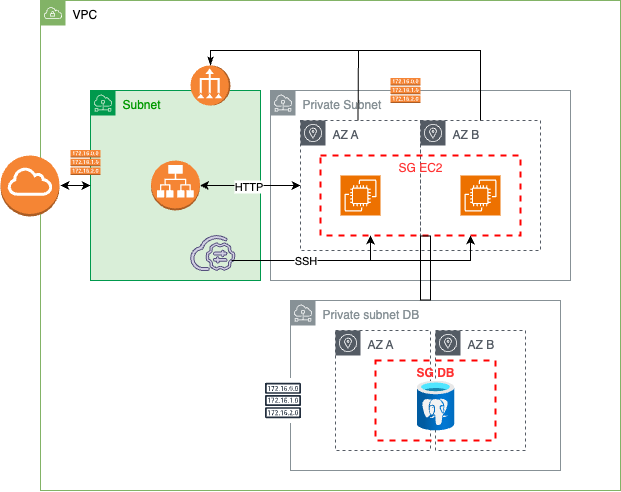
Earlier version of the draw.io export diagram/testask_architecture.png (pedr0rosa/Test-task). Source tidied: cells renumbered, new cells last; positions are measured from the earlier drawing's top-left corner, leaving out a move shared by most shapes. Source of this version:
```xml
<mxGraphModel>
  <root>
    <mxCell id="0" />
    <mxCell id="1" parent="0" />
    <mxCell id="2" value="VPC" style="sketch=0;html=1;whiteSpace=wrap;fontSize=12;fontStyle=0;shape=mxgraph.aws4.group;grIcon=mxgraph.aws4.group_vpc;strokeColor=#82b366;fillColor=light-dark(#FFFFFF,#112310);verticalAlign=top;align=left;spacingLeft=30;dashed=0;" parent="1" vertex="1">
      <mxGeometry x="40" width="580" height="490" as="geometry" />
    </mxCell>
    <mxCell id="3" value="&lt;font style=&quot;color: light-dark(rgb(0, 153, 0), rgb(237, 237, 237));&quot;&gt;Subnet&lt;/font&gt;" style="sketch=0;outlineConnect=0;html=1;whiteSpace=wrap;fontSize=12;fontStyle=0;shape=mxgraph.aws4.group;grIcon=mxgraph.aws4.group_subnet;verticalAlign=top;align=left;spacingLeft=30;dashed=0;fillColor=light-dark(#d9eed8, #234322);gradientColor=none;strokeColor=#00994D;" parent="1" vertex="1">
      <mxGeometry x="90" y="90" width="170" height="190" as="geometry" />
    </mxCell>
    <mxCell id="4" value="Private Subnet" style="sketch=0;gradientColor=none;html=1;whiteSpace=wrap;fontSize=12;fontStyle=0;shape=mxgraph.aws4.group;grIcon=mxgraph.aws4.group_subnet;strokeColor=#879196;fillColor=none;verticalAlign=top;align=left;spacingLeft=30;fontColor=#879196;dashed=0;" parent="1" vertex="1">
      <mxGeometry x="270" y="90" width="300" height="190" as="geometry" />
    </mxCell>
    <mxCell id="5" value="AZ A" style="sketch=0;outlineConnect=0;gradientColor=none;html=1;whiteSpace=wrap;fontSize=12;fontStyle=0;shape=mxgraph.aws4.group;grIcon=mxgraph.aws4.group_availability_zone;strokeColor=#545B64;fillColor=none;verticalAlign=top;align=left;spacingLeft=30;fontColor=#545B64;dashed=1;" parent="1" vertex="1">
      <mxGeometry x="300" y="120" width="120" height="130" as="geometry" />
    </mxCell>
    <mxCell id="6" value="AZ B" style="sketch=0;outlineConnect=0;gradientColor=none;html=1;whiteSpace=wrap;fontSize=12;fontStyle=0;shape=mxgraph.aws4.group;grIcon=mxgraph.aws4.group_availability_zone;strokeColor=#545B64;fillColor=none;verticalAlign=top;align=left;spacingLeft=30;fontColor=#545B64;dashed=1;" parent="1" vertex="1">
      <mxGeometry x="420" y="120" width="120" height="130" as="geometry" />
    </mxCell>
    <mxCell id="7" style="dashed=0;verticalLabelPosition=bottom;verticalAlign=top;align=center;html=1;shape=mxgraph.aws3.internet_gateway;fillColor=#F58534;gradientColor=none;" parent="1" vertex="1">
      <mxGeometry y="155" width="59" height="61" as="geometry" />
    </mxCell>
    <mxCell id="8" style="sketch=0;fontColor=#232F3E;fillColor=#ED7100;strokeColor=#ffffff;dashed=0;verticalLabelPosition=bottom;verticalAlign=top;align=center;html=1;fontSize=12;fontStyle=0;shape=mxgraph.aws4.resourceIcon;resIcon=mxgraph.aws4.ec2;" parent="1" vertex="1">
      <mxGeometry x="340" y="175" width="40" height="40" as="geometry" />
    </mxCell>
    <mxCell id="9" style="dashed=0;verticalLabelPosition=bottom;verticalAlign=top;align=center;html=1;shape=mxgraph.aws3.route_table;fillColor=#F58536;gradientColor=none;direction=south;rotation=-90;" parent="1" vertex="1">
      <mxGeometry x="392.5" y="75" width="25" height="30" as="geometry" />
    </mxCell>
    <mxCell id="10" style="points=[];html=1;align=center;shadow=0;dashed=0;fillColor=#d0cee2;strokeColor=#56517e;shape=mxgraph.alibaba_cloud.bastionhost;" parent="1" vertex="1">
      <mxGeometry x="190" y="235" width="44.2" height="35" as="geometry" />
    </mxCell>
    <mxCell id="11" style="rounded=0;jettySize=auto;html=1;startArrow=classic;startFill=1;" parent="1" edge="1" source="13" target="5">
      <mxGeometry relative="1" as="geometry" />
    </mxCell>
    <mxCell id="12" value="HTTP" style="edgeLabel;html=1;align=center;verticalAlign=middle;" parent="11" vertex="1">
      <mxGeometry x="-0.32" y="1" relative="1" as="geometry">
        <mxPoint x="14" y="1" as="offset" />
      </mxGeometry>
    </mxCell>
    <mxCell id="13" style="outlineConnect=0;dashed=0;verticalLabelPosition=bottom;verticalAlign=top;align=center;html=1;shape=mxgraph.aws3.application_load_balancer;fillColor=#F58534;gradientColor=none;" parent="1" vertex="1">
      <mxGeometry x="150.5" y="160" width="49" height="50" as="geometry" />
    </mxCell>
    <mxCell id="14" style="sketch=0;fontColor=#232F3E;fillColor=#ED7100;strokeColor=#ffffff;dashed=0;verticalLabelPosition=bottom;verticalAlign=top;align=center;html=1;fontSize=12;fontStyle=0;shape=mxgraph.aws4.resourceIcon;resIcon=mxgraph.aws4.ec2;" parent="1" vertex="1">
      <mxGeometry x="460" y="175" width="40" height="40" as="geometry" />
    </mxCell>
    <mxCell id="15" value="&lt;font style=&quot;color: rgb(255, 51, 51);&quot;&gt;SG EC2&lt;/font&gt;" style="fontStyle=0;verticalAlign=top;align=center;spacingTop=-2;fillColor=none;rounded=0;whiteSpace=wrap;html=1;strokeColor=#FF0000;strokeWidth=2;dashed=1;" parent="1" vertex="1">
      <mxGeometry x="320" y="155" width="200" height="80" as="geometry" />
    </mxCell>
    <mxCell id="16" style="outlineConnect=0;dashed=0;verticalLabelPosition=bottom;verticalAlign=top;align=center;html=1;shape=mxgraph.aws3.vpc_nat_gateway;fillColor=#F58534;gradientColor=none;rotation=-90;" parent="1" vertex="1">
      <mxGeometry x="190" y="65" width="40" height="40" as="geometry" />
    </mxCell>
    <mxCell id="17" style="dashed=0;verticalLabelPosition=bottom;verticalAlign=top;align=center;html=1;shape=mxgraph.aws3.route_table;fillColor=#F58536;gradientColor=none;" parent="1" vertex="1">
      <mxGeometry x="70" y="149.5" width="30" height="25" as="geometry" />
    </mxCell>
    <mxCell id="18" value="Private subnet DB" style="sketch=0;outlineConnect=0;gradientColor=none;html=1;whiteSpace=wrap;fontSize=12;fontStyle=0;shape=mxgraph.aws4.group;grIcon=mxgraph.aws4.group_subnet;strokeColor=#879196;fillColor=none;verticalAlign=top;align=left;spacingLeft=30;fontColor=#879196;dashed=0;" parent="1" vertex="1">
      <mxGeometry x="290" y="300" width="270" height="170" as="geometry" />
    </mxCell>
    <mxCell id="19" value="AZ A" style="sketch=0;gradientColor=none;html=1;whiteSpace=wrap;fontSize=12;fontStyle=0;shape=mxgraph.aws4.group;grIcon=mxgraph.aws4.group_availability_zone;strokeColor=#545B64;fillColor=none;verticalAlign=top;align=left;spacingLeft=30;fontColor=#545B64;dashed=1;" parent="1" vertex="1">
      <mxGeometry x="335" y="330" width="95" height="120" as="geometry" />
    </mxCell>
    <mxCell id="20" value="AZ B" style="sketch=0;gradientColor=none;html=1;whiteSpace=wrap;fontSize=12;fontStyle=0;shape=mxgraph.aws4.group;grIcon=mxgraph.aws4.group_availability_zone;strokeColor=#545B64;fillColor=none;verticalAlign=top;align=left;spacingLeft=30;fontColor=#545B64;dashed=1;" parent="1" vertex="1">
      <mxGeometry x="435" y="330" width="90" height="120" as="geometry" />
    </mxCell>
    <mxCell id="21" style="sketch=0;fontColor=#232F3E;gradientColor=none;strokeColor=#232F3E;fillColor=#ffffff;dashed=0;verticalLabelPosition=bottom;verticalAlign=top;align=center;html=1;fontSize=12;fontStyle=0;shape=mxgraph.aws4.resourceIcon;resIcon=mxgraph.aws4.route_table;" parent="1" vertex="1">
      <mxGeometry x="260" y="377.5" width="45" height="45" as="geometry" />
    </mxCell>
    <mxCell id="22" value="&lt;font style=&quot;color: rgb(255, 51, 51);&quot;&gt;&lt;b&gt;SG DB&lt;/b&gt;&lt;/font&gt;" style="fontStyle=0;verticalAlign=top;align=center;spacingTop=-2;fillColor=none;rounded=0;whiteSpace=wrap;html=1;strokeColor=#FF0000;strokeWidth=2;dashed=1;" parent="1" vertex="1">
      <mxGeometry x="375" y="360" width="120" height="80" as="geometry" />
    </mxCell>
    <mxCell id="23" style="image;html=1;align=center;fontSize=12;image=img/lib/azure2/databases/Azure_Database_PostgreSQL_Server.svg;" parent="22" vertex="1">
      <mxGeometry x="41.2" y="20" width="37.5" height="50" as="geometry" />
    </mxCell>
    <mxCell id="24" style="endArrow=classicThin;startArrow=none;html=1;rounded=0;entryX=1;entryY=0.5;entryDx=0;entryDy=0;entryPerimeter=0;endFill=1;startFill=0;" parent="1" edge="1" target="16">
      <mxGeometry relative="1" as="geometry">
        <mxPoint x="357.5" y="120" as="sourcePoint" />
        <Array as="points">
          <mxPoint x="358" y="50" />
          <mxPoint x="210" y="50" />
        </Array>
      </mxGeometry>
    </mxCell>
    <mxCell id="25" style="endArrow=none;html=1;rounded=0;endFill=0;" parent="1" edge="1" source="6">
      <mxGeometry relative="1" as="geometry">
        <mxPoint x="350" y="50" as="targetPoint" />
        <Array as="points">
          <mxPoint x="480" y="50" />
        </Array>
      </mxGeometry>
    </mxCell>
    <mxCell id="26" style="endArrow=classic;html=1;rounded=0;entryX=0.25;entryY=1;entryDx=0;entryDy=0;" parent="1" edge="1" target="15">
      <mxGeometry relative="1" as="geometry">
        <mxPoint x="234.2" y="260" as="sourcePoint" />
        <Array as="points">
          <mxPoint x="370" y="260" />
        </Array>
      </mxGeometry>
    </mxCell>
    <mxCell id="27" style="endArrow=classic;html=1;rounded=0;exitX=0.927;exitY=0.714;exitDx=0;exitDy=0;exitPerimeter=0;entryX=0.75;entryY=1;entryDx=0;entryDy=0;" parent="1" edge="1" source="10" target="15">
      <mxGeometry relative="1" as="geometry">
        <Array as="points">
          <mxPoint x="470" y="260" />
        </Array>
      </mxGeometry>
    </mxCell>
    <mxCell id="28" value="SSH" style="edgeLabel;html=1;align=center;verticalAlign=middle;" parent="27" vertex="1">
      <mxGeometry x="-0.45" y="1" relative="1" as="geometry" />
    </mxCell>
    <mxCell id="29" style="endArrow=classic;startArrow=classic;html=1;rounded=0;" parent="1" edge="1" target="3">
      <mxGeometry relative="1" as="geometry">
        <mxPoint x="60" y="185" as="sourcePoint" />
      </mxGeometry>
    </mxCell>
    <mxCell id="30" style="shape=flexArrow;endArrow=none;html=1;rounded=0;endFill=0;" parent="1" edge="1" source="18">
      <mxGeometry relative="1" as="geometry">
        <mxPoint x="425" y="235" as="targetPoint" />
      </mxGeometry>
    </mxCell>
  </root>
</mxGraphModel>
```
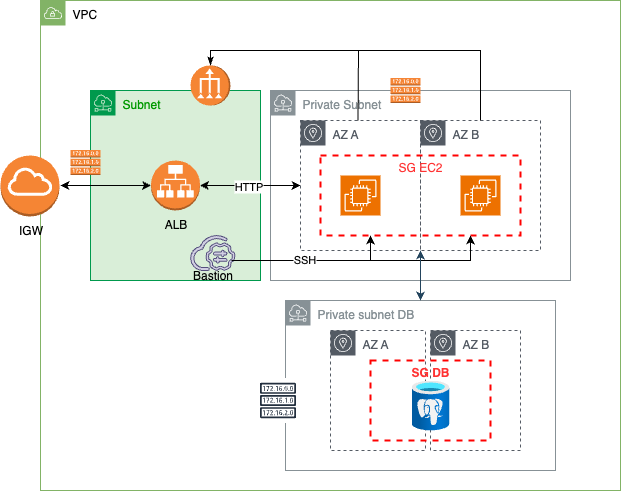
The same diagram one commit later.

Commit message:
upload corrected diagram png

Diff of the diagram source:
```diff
@@ -17,7 +17,7 @@
     <mxCell id="6" value="AZ B" style="sketch=0;outlineConnect=0;gradientColor=none;html=1;whiteSpace=wrap;fontSize=12;fontStyle=0;shape=mxgraph.aws4.group;grIcon=mxgraph.aws4.group_availability_zone;strokeColor=#545B64;fillColor=none;verticalAlign=top;align=left;spacingLeft=30;fontColor=#545B64;dashed=1;" parent="1" vertex="1">
       <mxGeometry x="420" y="120" width="120" height="130" as="geometry" />
     </mxCell>
-    <mxCell id="7" style="dashed=0;verticalLabelPosition=bottom;verticalAlign=top;align=center;html=1;shape=mxgraph.aws3.internet_gateway;fillColor=#F58534;gradientColor=none;" parent="1" vertex="1">
+    <mxCell id="7" value="IGW" style="dashed=0;verticalLabelPosition=bottom;verticalAlign=top;align=center;html=1;shape=mxgraph.aws3.internet_gateway;fillColor=#F58534;gradientColor=none;" parent="1" vertex="1">
       <mxGeometry y="155" width="59" height="61" as="geometry" />
     </mxCell>
     <mxCell id="8" style="sketch=0;fontColor=#232F3E;fillColor=#ED7100;strokeColor=#ffffff;dashed=0;verticalLabelPosition=bottom;verticalAlign=top;align=center;html=1;fontSize=12;fontStyle=0;shape=mxgraph.aws4.resourceIcon;resIcon=mxgraph.aws4.ec2;" parent="1" vertex="1">
@@ -26,7 +26,7 @@
     <mxCell id="9" style="dashed=0;verticalLabelPosition=bottom;verticalAlign=top;align=center;html=1;shape=mxgraph.aws3.route_table;fillColor=#F58536;gradientColor=none;direction=south;rotation=-90;" parent="1" vertex="1">
       <mxGeometry x="392.5" y="75" width="25" height="30" as="geometry" />
     </mxCell>
-    <mxCell id="10" style="points=[];html=1;align=center;shadow=0;dashed=0;fillColor=#d0cee2;strokeColor=#56517e;shape=mxgraph.alibaba_cloud.bastionhost;" parent="1" vertex="1">
+    <mxCell id="10" value="&lt;div&gt;&lt;br&gt;&lt;/div&gt;&lt;div&gt;&lt;br&gt;&lt;/div&gt;&lt;div&gt;&lt;br&gt;&lt;/div&gt;&lt;div&gt;&lt;span style=&quot;background-color: transparent; color: light-dark(rgb(0, 0, 0), rgb(255, 255, 255));&quot;&gt;Bastion&lt;/span&gt;&lt;/div&gt;" style="points=[];html=1;align=center;shadow=0;dashed=0;fillColor=#d0cee2;strokeColor=#56517e;shape=mxgraph.alibaba_cloud.bastionhost;" parent="1" vertex="1">
       <mxGeometry x="190" y="235" width="44.2" height="35" as="geometry" />
     </mxCell>
     <mxCell id="11" style="rounded=0;jettySize=auto;html=1;startArrow=classic;startFill=1;" parent="1" edge="1" source="13" target="5">
@@ -37,7 +37,7 @@
         <mxPoint x="14" y="1" as="offset" />
       </mxGeometry>
     </mxCell>
-    <mxCell id="13" style="outlineConnect=0;dashed=0;verticalLabelPosition=bottom;verticalAlign=top;align=center;html=1;shape=mxgraph.aws3.application_load_balancer;fillColor=#F58534;gradientColor=none;" parent="1" vertex="1">
+    <mxCell id="13" value="ALB&lt;div&gt;&lt;br&gt;&lt;/div&gt;" style="outlineConnect=0;dashed=0;verticalLabelPosition=bottom;verticalAlign=top;align=center;html=1;shape=mxgraph.aws3.application_load_balancer;fillColor=#F58534;gradientColor=none;" parent="1" vertex="1">
       <mxGeometry x="150.5" y="160" width="49" height="50" as="geometry" />
     </mxCell>
     <mxCell id="14" style="sketch=0;fontColor=#232F3E;fillColor=#ED7100;strokeColor=#ffffff;dashed=0;verticalLabelPosition=bottom;verticalAlign=top;align=center;html=1;fontSize=12;fontStyle=0;shape=mxgraph.aws4.resourceIcon;resIcon=mxgraph.aws4.ec2;" parent="1" vertex="1">
@@ -53,19 +53,19 @@
       <mxGeometry x="70" y="149.5" width="30" height="25" as="geometry" />
     </mxCell>
     <mxCell id="18" value="Private subnet DB" style="sketch=0;outlineConnect=0;gradientColor=none;html=1;whiteSpace=wrap;fontSize=12;fontStyle=0;shape=mxgraph.aws4.group;grIcon=mxgraph.aws4.group_subnet;strokeColor=#879196;fillColor=none;verticalAlign=top;align=left;spacingLeft=30;fontColor=#879196;dashed=0;" parent="1" vertex="1">
-      <mxGeometry x="290" y="300" width="270" height="170" as="geometry" />
+      <mxGeometry x="285" y="300" width="270" height="170" as="geometry" />
     </mxCell>
     <mxCell id="19" value="AZ A" style="sketch=0;gradientColor=none;html=1;whiteSpace=wrap;fontSize=12;fontStyle=0;shape=mxgraph.aws4.group;grIcon=mxgraph.aws4.group_availability_zone;strokeColor=#545B64;fillColor=none;verticalAlign=top;align=left;spacingLeft=30;fontColor=#545B64;dashed=1;" parent="1" vertex="1">
-      <mxGeometry x="335" y="330" width="95" height="120" as="geometry" />
+      <mxGeometry x="330" y="330" width="95" height="120" as="geometry" />
     </mxCell>
     <mxCell id="20" value="AZ B" style="sketch=0;gradientColor=none;html=1;whiteSpace=wrap;fontSize=12;fontStyle=0;shape=mxgraph.aws4.group;grIcon=mxgraph.aws4.group_availability_zone;strokeColor=#545B64;fillColor=none;verticalAlign=top;align=left;spacingLeft=30;fontColor=#545B64;dashed=1;" parent="1" vertex="1">
-      <mxGeometry x="435" y="330" width="90" height="120" as="geometry" />
+      <mxGeometry x="430" y="330" width="90" height="120" as="geometry" />
     </mxCell>
     <mxCell id="21" style="sketch=0;fontColor=#232F3E;gradientColor=none;strokeColor=#232F3E;fillColor=#ffffff;dashed=0;verticalLabelPosition=bottom;verticalAlign=top;align=center;html=1;fontSize=12;fontStyle=0;shape=mxgraph.aws4.resourceIcon;resIcon=mxgraph.aws4.route_table;" parent="1" vertex="1">
-      <mxGeometry x="260" y="377.5" width="45" height="45" as="geometry" />
+      <mxGeometry x="255" y="377.5" width="45" height="45" as="geometry" />
     </mxCell>
     <mxCell id="22" value="&lt;font style=&quot;color: rgb(255, 51, 51);&quot;&gt;&lt;b&gt;SG DB&lt;/b&gt;&lt;/font&gt;" style="fontStyle=0;verticalAlign=top;align=center;spacingTop=-2;fillColor=none;rounded=0;whiteSpace=wrap;html=1;strokeColor=#FF0000;strokeWidth=2;dashed=1;" parent="1" vertex="1">
-      <mxGeometry x="375" y="360" width="120" height="80" as="geometry" />
+      <mxGeometry x="370" y="360" width="120" height="80" as="geometry" />
     </mxCell>
     <mxCell id="23" style="image;html=1;align=center;fontSize=12;image=img/lib/azure2/databases/Azure_Database_PostgreSQL_Server.svg;" parent="22" vertex="1">
       <mxGeometry x="41.2" y="20" width="37.5" height="50" as="geometry" />
@@ -105,15 +105,15 @@
     <mxCell id="28" value="SSH" style="edgeLabel;html=1;align=center;verticalAlign=middle;" parent="27" vertex="1">
       <mxGeometry x="-0.45" y="1" relative="1" as="geometry" />
     </mxCell>
-    <mxCell id="29" style="endArrow=classic;startArrow=classic;html=1;rounded=0;" parent="1" edge="1" target="3">
+    <mxCell id="29" style="endArrow=classic;startArrow=classic;html=1;rounded=0;" parent="1" edge="1" target="13">
       <mxGeometry relative="1" as="geometry">
         <mxPoint x="60" y="185" as="sourcePoint" />
       </mxGeometry>
     </mxCell>
-    <mxCell id="30" style="shape=flexArrow;endArrow=none;html=1;rounded=0;endFill=0;" parent="1" edge="1" source="18">
-      <mxGeometry relative="1" as="geometry">
-        <mxPoint x="425" y="235" as="targetPoint" />
-      </mxGeometry>
-    </mxCell>
+    <mxCell id="31" style="endArrow=classic;startArrow=classic;html=1;rounded=0;startFill=1;fillColor=#bac8d3;strokeColor=#23445d;" parent="1" edge="1" source="18">
+      <mxGeometry relative="1" as="geometry">
+        <mxPoint x="420" y="250" as="targetPoint" />
+      </mxGeometry>
+    </mxCell>
   </root>
 </mxGraphModel>
```
